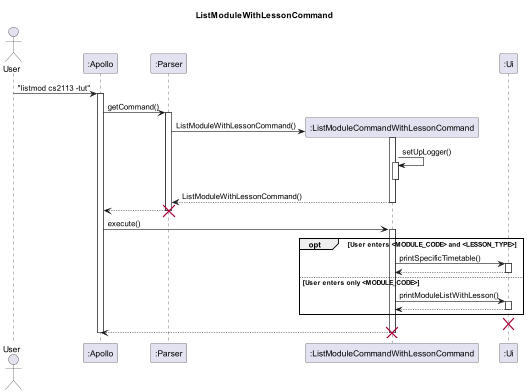
Before: docs/uml-diagrams/ListModuleWithLessonCommand-ListModuleWithLessonCommand.png, a diagram exported from PlantUML (nus-cs2113-AY2223S2/tp). Its diagram source:
```plantuml
@startuml

skinparam maxMessageSize 150

title ListModuleWithLessonCommand

actor User

participant ":Apollo" as Apollo
participant ":Parser" as Parser
participant ":ListModuleCommandWithLessonCommand" as ListMod
participant ":Ui" as Ui

User -> Apollo : "listmod cs2113 -tut"

activate Apollo
Apollo -> Parser : getCommand()
activate Parser

Parser -> ListMod** : ListModuleWithLessonCommand()
activate ListMod

ListMod -> ListMod : setUpLogger()
activate ListMod
deactivate ListMod

ListMod --> Parser : ListModuleWithLessonCommand()
deactivate ListMod

Parser --> Apollo
deactivate Parser
destroy Parser

Apollo -> ListMod : execute()
activate ListMod

opt User enters <MODULE_CODE> and <LESSON_TYPE>
ListMod -> Ui : printSpecificTimetable()

activate Ui
Ui --> ListMod
deactivate Ui

else User enters only <MODULE_CODE>
ListMod -> Ui : printModuleListWithLesson()

activate Ui
Ui --> ListMod
deactivate Ui

end

destroy Ui

ListMod --> Apollo

deactivate ListMod
destroy ListMod


deactivate Apollo





@enduml
```
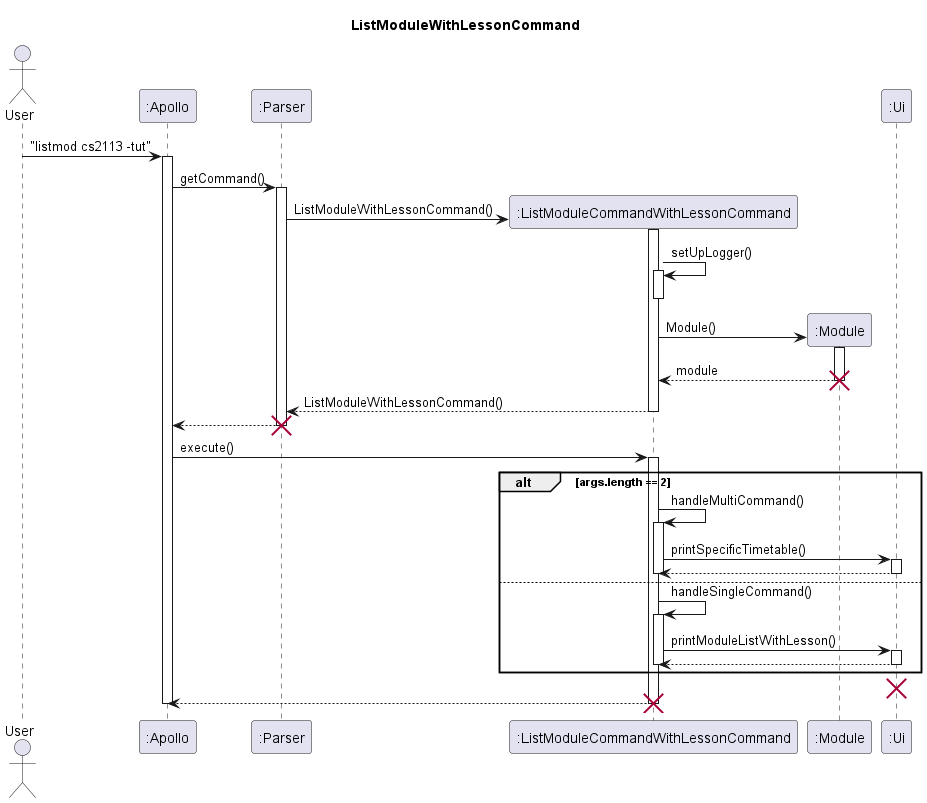
After the commit.

Commit message:
Update UML diagram for DelMod and Listmod with lesson

What changed in the source:
```diff
@@ -9,6 +9,7 @@
 participant ":Apollo" as Apollo
 participant ":Parser" as Parser
 participant ":ListModuleCommandWithLessonCommand" as ListMod
+participant ":Module" as Module
 participant ":Ui" as Ui
 
 User -> Apollo : "listmod cs2113 -tut"
@@ -24,6 +25,12 @@
 activate ListMod
 deactivate ListMod
 
+ListMod -> Module** : Module()
+activate Module
+Module --> ListMod : module
+deactivate Module
+destroy Module
+
 ListMod --> Parser : ListModuleWithLessonCommand()
 deactivate ListMod
 
@@ -34,19 +41,27 @@
 Apollo -> ListMod : execute()
 activate ListMod
 
-opt User enters <MODULE_CODE> and <LESSON_TYPE>
+alt args.length == 2
+ListMod -> ListMod : handleMultiCommand()
+activate ListMod
 ListMod -> Ui : printSpecificTimetable()
 
 activate Ui
 Ui --> ListMod
 deactivate Ui
 
-else User enters only <MODULE_CODE>
+deactivate ListMod
+
+else
+ListMod -> ListMod : handleSingleCommand()
+activate ListMod
 ListMod -> Ui : printModuleListWithLesson()
 
 activate Ui
 Ui --> ListMod
 deactivate Ui
+
+deactivate ListMod
 
 end
 
```
